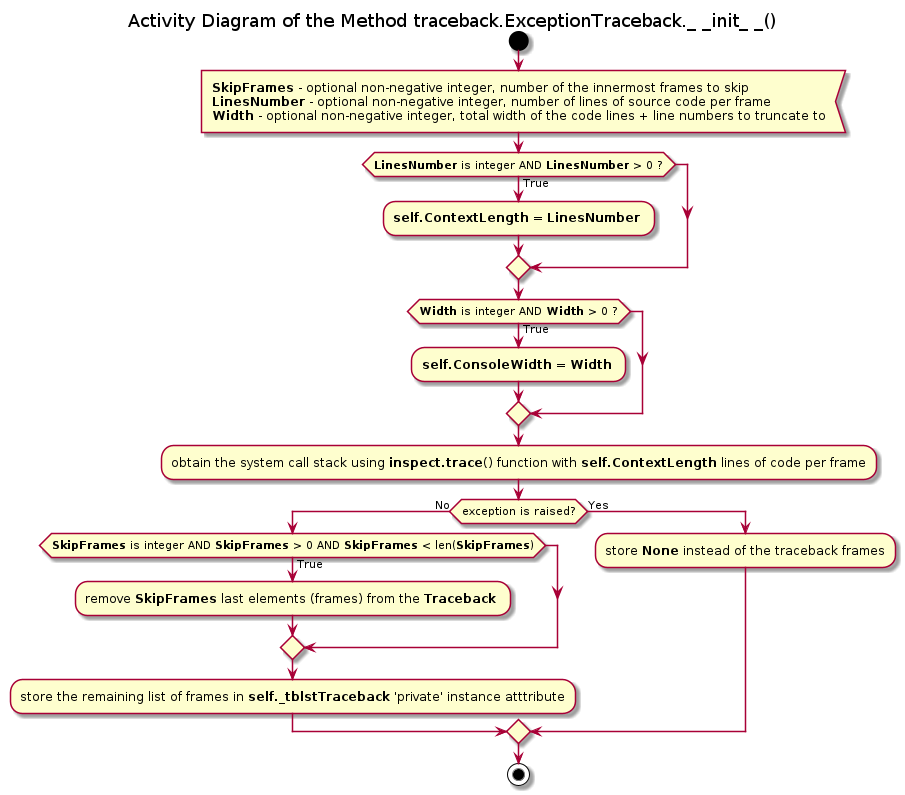
Before: Documentation/UML/traceback/traceback_exceptiontraceback_init.png, a diagram exported from PlantUML (FooBarShebang/introspection_lib).
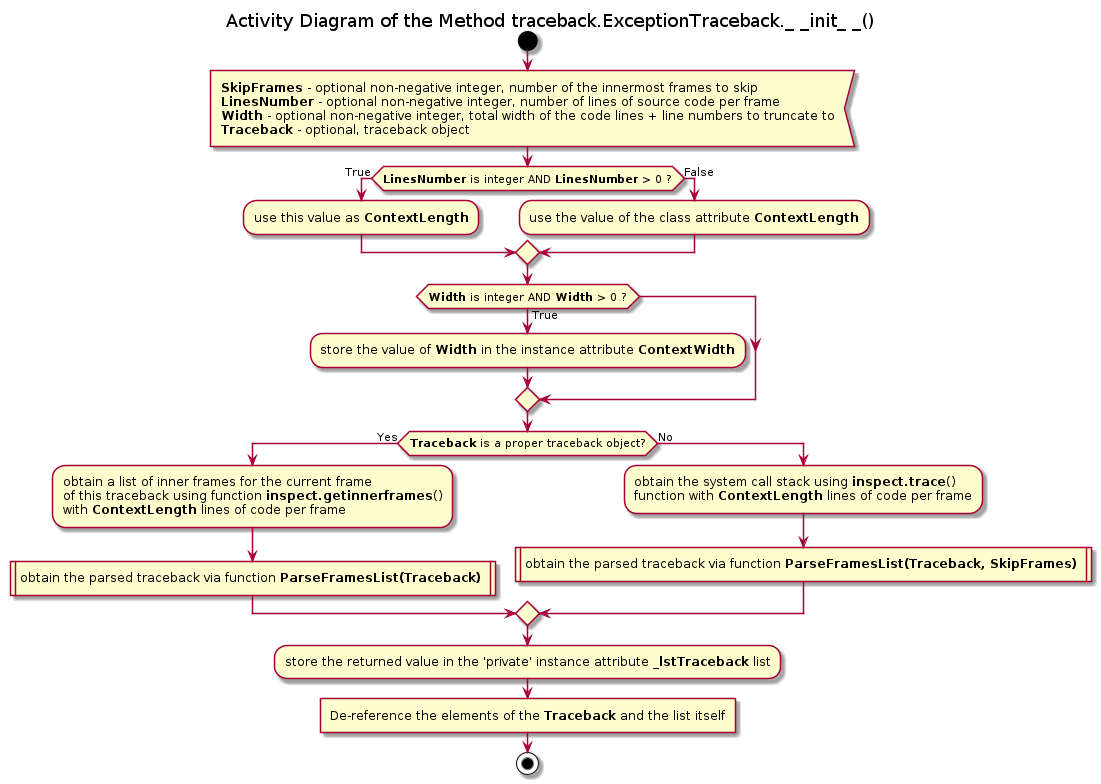
The same diagram one commit later.

The edit, as a diff of the source:
```diff
@@ -6,27 +6,32 @@
 
 :<b>SkipFrames</b> - optional non-negative integer, number of the innermost frames to skip
 <b>LinesNumber</b> - optional non-negative integer, number of lines of source code per frame
-<b>Width</b> - optional non-negative integer, total width of the code lines + line numbers to truncate to<
+<b>Width</b> - optional non-negative integer, total width of the code lines + line numbers to truncate to
+<b>Traceback</b> - optional, traceback object<
 
 if (<b>LinesNumber</b> is integer AND <b>LinesNumber</b> > 0 ?) then (True)
-    :<b>self.ContextLength</b> = <b>LinesNumber</b> ;
+    :use this value as <b>ContextLength</b>;
+else (False)
+    :use the value of the class attribute <b>ContextLength</b>;
 endif
 
 if (<b>Width</b> is integer AND <b>Width</b> > 0 ?) then (True)
-    :<b>self.ConsoleWidth</b> = <b>Width</b> ;
+    :store the value of <b>Width</b> in the instance attribute <b>ContextWidth</b>;
 endif
 
-:obtain the system call stack using <b>inspect.trace</b>() function with <b>self.ContextLength</b> lines of code per frame;
+if (<b>Traceback</b> is a proper traceback object?) then (Yes)
+    :obtain a list of inner frames for the current frame\nof this traceback using function <b>inspect.getinnerframes</b>()\nwith <b>ContextLength</b> lines of code per frame;
 
-if (exception is raised?) then (No)
-    if (<b>SkipFrames</b> is integer AND <b>SkipFrames</b> > 0 AND <b>SkipFrames</b> < len(<b>SkipFrames</b>)) then (True)
-        :remove <b>SkipFrames</b> last elements (frames) from the <b>Traceback</b> ;
-    endif
+    :obtain the parsed traceback via function <b>ParseFramesList(Traceback)</b> |
+else (No)
+    :obtain the system call stack using <b>inspect.trace</b>()\nfunction with <b>ContextLength</b> lines of code per frame;
 
-    :store the remaining list of frames in <b>self._tblstTraceback</b> 'private' instance atttribute;
-else (Yes)
-    :store <b>None</b> instead of the traceback frames;
+    :obtain the parsed traceback via function <b>ParseFramesList(Traceback, SkipFrames)</b> |
 endif
+
+:store the returned value in the 'private' instance attribute <b>_lstTraceback</b> list;
+
+:De-reference the elements of the <b>Traceback</b> and the list itself]
 
 stop
 
```
